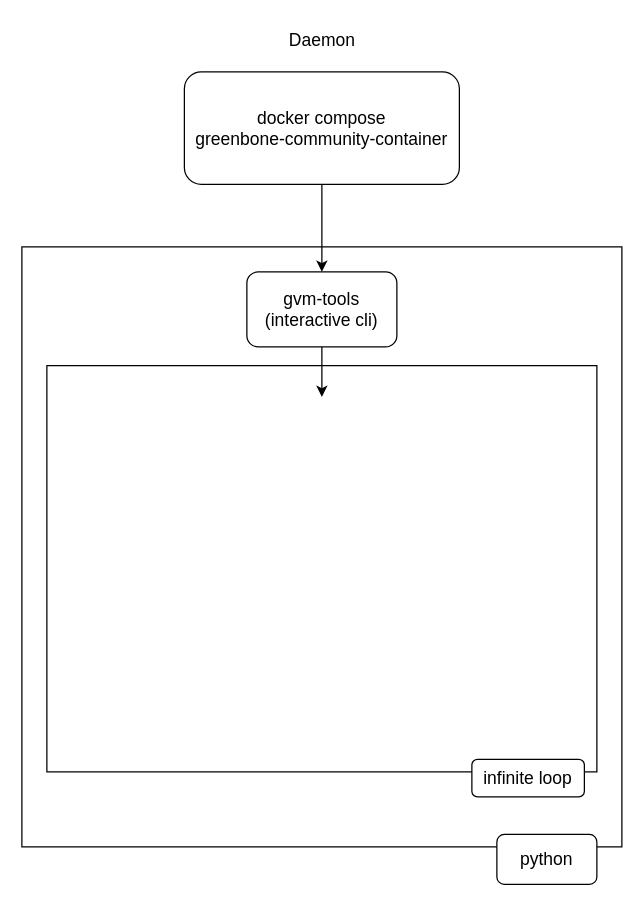
Earlier version of the draw.io diagram architecture.drawio (hsuantishih/scanning-platform). Source tidied: cells renumbered, new cells numbered last; positions are measured from the earlier drawing's top-left corner, leaving out a move shared by most shapes. Both pictures are drawn from the tidied source at 125%, with x=0, y=0 at pixel (21, 21).
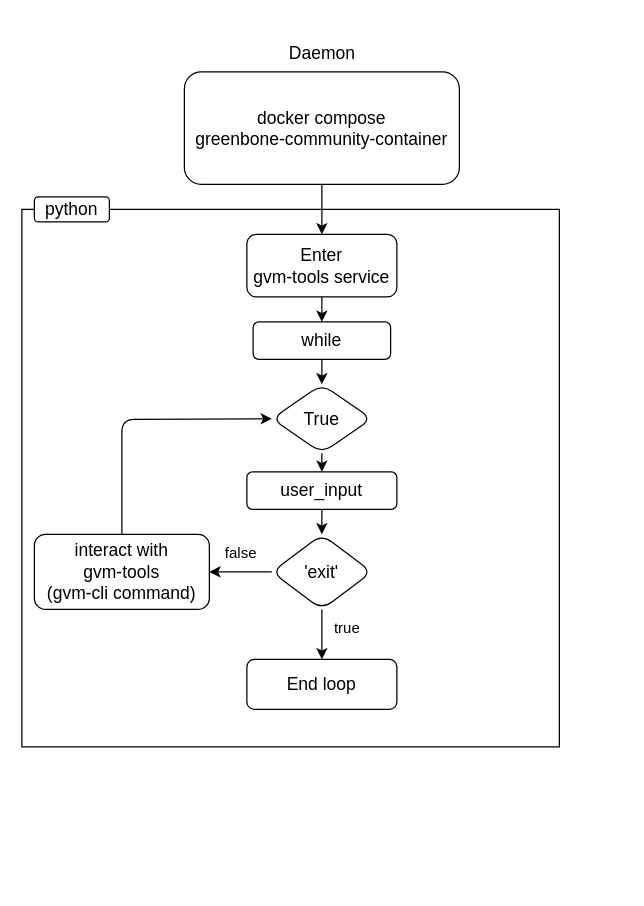
The same diagram, later.

Commit message (it also covers changes not shown here):
Complete Input and Output Interaction with gvm-tools

The edit, as a diff of the source:
```diff
@@
     <mxCell id="2" style="whiteSpace=wrap;html=1;fontSize=14;" parent="1" vertex="1">
-      <mxGeometry y="180" width="480" height="480" as="geometry" />
+      <mxGeometry y="150" width="430" height="430" as="geometry" />
     </mxCell>
@@
     <mxCell id="5" value="Daemon" style="text;html=1;align=center;verticalAlign=middle;strokeColor=none;fillColor=none;fontSize=14;" parent="1" vertex="1">
-      <mxGeometry x="200" width="80" height="30" as="geometry" />
+      <mxGeometry x="200" y="10" width="80" height="30" as="geometry" />
     </mxCell>
-    <mxCell id="6" style="rounded=0;whiteSpace=wrap;html=1;fontSize=14;" parent="1" vertex="1">
-      <mxGeometry x="20" y="275" width="440" height="325" as="geometry" />
-    </mxCell>
-    <mxCell id="7" style="edgeStyle=none;html=1;entryX=0.5;entryY=0.077;entryDx=0;entryDy=0;entryPerimeter=0;fontSize=14;" parent="1" edge="1" source="8" target="6">
+    <mxCell id="7" style="edgeStyle=none;html=1;fontSize=14;entryX=0.5;entryY=0;entryDx=0;entryDy=0;" parent="1" edge="1" source="8" target="10">
       <mxGeometry relative="1" as="geometry" />
     </mxCell>
-    <mxCell id="8" value="gvm-tools&lt;br&gt;(interactive cli)" style="rounded=1;whiteSpace=wrap;html=1;fontSize=14;" parent="1" vertex="1">
-      <mxGeometry x="180" y="200" width="120" height="60" as="geometry" />
+    <mxCell id="8" value="Enter &lt;br&gt;gvm-tools service" style="rounded=1;whiteSpace=wrap;html=1;fontSize=14;" parent="1" vertex="1">
+      <mxGeometry x="180" y="170" width="120" height="50" as="geometry" />
     </mxCell>
     <mxCell id="9" value="python" style="rounded=1;whiteSpace=wrap;html=1;fontSize=14;" parent="1" vertex="1">
-      <mxGeometry x="380" y="650" width="80" height="40" as="geometry" />
+      <mxGeometry x="10" y="140" width="60" height="20" as="geometry" />
     </mxCell>
+    <mxCell id="11" style="edgeStyle=none;html=1;" parent="1" edge="1" source="10" target="13">
+      <mxGeometry relative="1" as="geometry" />
+    </mxCell>
-    <mxCell id="10" value="infinite loop" style="rounded=1;whiteSpace=wrap;html=1;fontSize=14;" parent="1" vertex="1">
-      <mxGeometry x="360" y="590" width="90" height="30" as="geometry" />
+    <mxCell id="10" value="while" style="rounded=1;whiteSpace=wrap;html=1;fontSize=14;" parent="1" vertex="1">
+      <mxGeometry x="185" y="240" width="110" height="30" as="geometry" />
     </mxCell>
+    <mxCell id="12" style="edgeStyle=none;html=1;" parent="1" edge="1" source="13" target="15">
+      <mxGeometry relative="1" as="geometry" />
+    </mxCell>
+    <mxCell id="13" value="True" style="rhombus;whiteSpace=wrap;html=1;fontSize=14;rounded=1;" parent="1" vertex="1">
+      <mxGeometry x="200" y="290" width="80" height="55" as="geometry" />
+    </mxCell>
+    <mxCell id="14" style="edgeStyle=none;html=1;" parent="1" edge="1" source="15" target="18">
+      <mxGeometry relative="1" as="geometry" />
+    </mxCell>
+    <mxCell id="15" value="user_input" style="whiteSpace=wrap;html=1;fontSize=14;rounded=1;" parent="1" vertex="1">
+      <mxGeometry x="180" y="360" width="120" height="30" as="geometry" />
+    </mxCell>
+    <mxCell id="16" style="edgeStyle=none;html=1;" parent="1" edge="1" source="18" target="20">
+      <mxGeometry relative="1" as="geometry" />
+    </mxCell>
+    <mxCell id="17" style="edgeStyle=none;html=1;" parent="1" edge="1" source="18" target="21">
+      <mxGeometry relative="1" as="geometry" />
+    </mxCell>
+    <mxCell id="18" value="'exit'" style="rhombus;whiteSpace=wrap;html=1;fontSize=14;rounded=1;" parent="1" vertex="1">
+      <mxGeometry x="200" y="410" width="80" height="60" as="geometry" />
+    </mxCell>
+    <mxCell id="19" style="edgeStyle=none;html=1;entryX=0;entryY=0.5;entryDx=0;entryDy=0;" parent="1" edge="1" source="20" target="13">
+      <mxGeometry relative="1" as="geometry">
+        <Array as="points">
+          <mxPoint x="80" y="318" />
+        </Array>
+      </mxGeometry>
+    </mxCell>
+    <mxCell id="20" value="interact with&lt;br&gt;gvm-tools&lt;br&gt;(gvm-cli command)" style="rounded=1;whiteSpace=wrap;html=1;fontSize=14;" parent="1" vertex="1">
+      <mxGeometry x="10" y="410" width="140" height="60" as="geometry" />
+    </mxCell>
+    <mxCell id="21" value="End loop" style="whiteSpace=wrap;html=1;fontSize=14;rounded=1;" parent="1" vertex="1">
+      <mxGeometry x="180" y="510" width="120" height="40" as="geometry" />
+    </mxCell>
+    <mxCell id="22" value="false" style="text;html=1;align=center;verticalAlign=middle;strokeColor=none;fillColor=none;" parent="1" vertex="1">
+      <mxGeometry x="150" y="410" width="50" height="30" as="geometry" />
+    </mxCell>
+    <mxCell id="23" value="true" style="text;html=1;align=center;verticalAlign=middle;strokeColor=none;fillColor=none;" parent="1" vertex="1">
+      <mxGeometry x="240" y="470" width="40" height="30" as="geometry" />
+    </mxCell>
```
